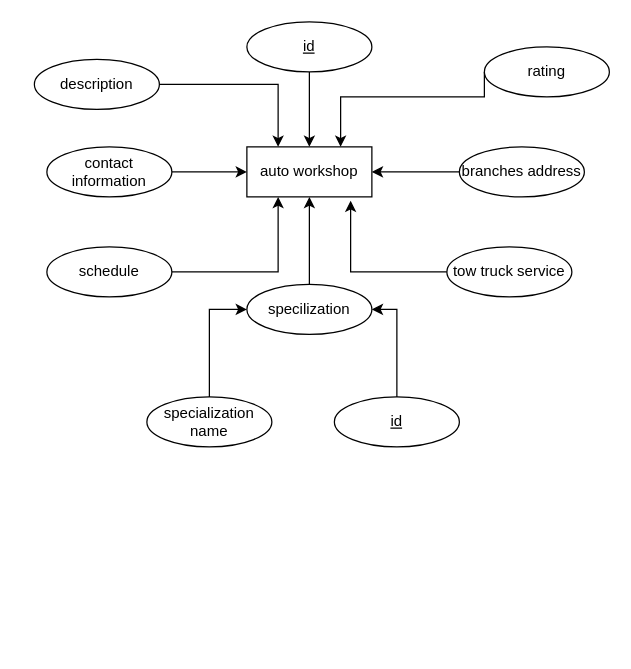
This is Untitled Diagram.drawio from DrDaxter/diagrams, a draw.io file, before an edit. Source tidied: cells renumbered, new cells numbered last; positions are measured from the earlier drawing's top-left corner, leaving out a move shared by most shapes. Both pictures are drawn from the tidied source at 125%, with x=0, y=0 at pixel (34, 21).
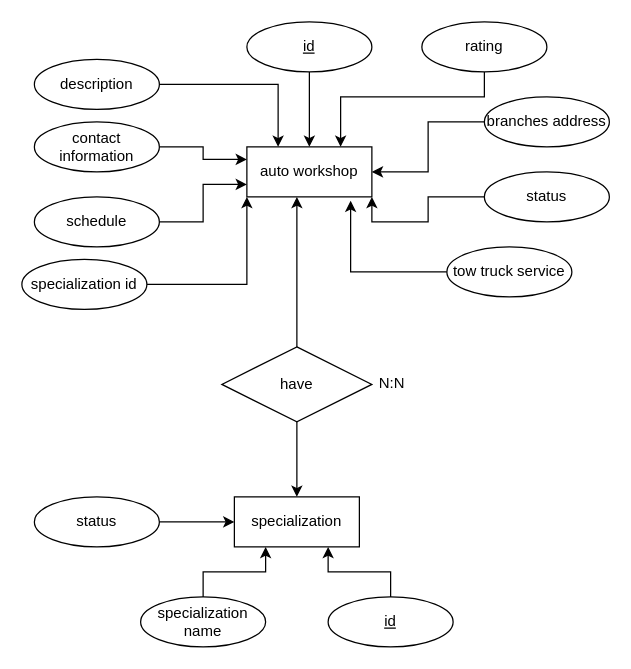
Above is the later version.

Commit message:
relacion agerg

Unchanged cells that the change refers to:
```xml
<mxCell id="2" value="auto workshop" style="whiteSpace=wrap;html=1;align=center;" parent="1" vertex="1">
  <mxGeometry x="170" y="100" width="100" height="40" as="geometry" />
</mxCell>
```

The edit, as a diff of the source:
```diff
@@
-    <mxCell id="3" style="edgeStyle=orthogonalEdgeStyle;rounded=0;jettySize=auto;html=1;entryX=0.5;entryY=1;entryDx=0;entryDy=0;exitX=0.5;exitY=0;exitDx=0;exitDy=0;" parent="1" edge="1" source="5" target="2">
-      <mxGeometry relative="1" as="geometry" />
-    </mxCell>
@@
-    <mxCell id="5" value="specilization" style="ellipse;whiteSpace=wrap;html=1;align=center;" parent="1" vertex="1">
-      <mxGeometry x="170" y="210" width="100" height="40" as="geometry" />
-    </mxCell>
@@
     <mxCell id="7" value="branches address" style="ellipse;whiteSpace=wrap;html=1;align=center;" parent="1" vertex="1">
-      <mxGeometry x="340" y="100" width="100" height="40" as="geometry" />
+      <mxGeometry x="360" y="60" width="100" height="40" as="geometry" />
     </mxCell>
@@
     <mxCell id="11" value="rating" style="ellipse;whiteSpace=wrap;html=1;align=center;" parent="1" vertex="1">
-      <mxGeometry x="360" y="20" width="100" height="40" as="geometry" />
+      <mxGeometry x="310" width="100" height="40" as="geometry" />
     </mxCell>
-    <mxCell id="12" style="edgeStyle=orthogonalEdgeStyle;rounded=0;jettySize=auto;html=1;entryX=0.25;entryY=1;entryDx=0;entryDy=0;" parent="1" edge="1" source="13" target="2">
+    <mxCell id="12" style="edgeStyle=orthogonalEdgeStyle;rounded=0;jettySize=auto;html=1;entryX=0;entryY=0.75;entryDx=0;entryDy=0;" parent="1" edge="1" source="13" target="2">
       <mxGeometry relative="1" as="geometry" />
     </mxCell>
     <mxCell id="13" value="schedule" style="ellipse;whiteSpace=wrap;html=1;align=center;" parent="1" vertex="1">
-      <mxGeometry x="10" y="180" width="100" height="40" as="geometry" />
+      <mxGeometry y="140" width="100" height="40" as="geometry" />
     </mxCell>
-    <mxCell id="14" style="edgeStyle=orthogonalEdgeStyle;rounded=0;jettySize=auto;html=1;entryX=0;entryY=0.5;entryDx=0;entryDy=0;" parent="1" edge="1" source="15" target="2">
+    <mxCell id="14" style="edgeStyle=orthogonalEdgeStyle;rounded=0;jettySize=auto;html=1;entryX=0;entryY=0.25;entryDx=0;entryDy=0;" parent="1" edge="1" source="15" target="2">
       <mxGeometry relative="1" as="geometry" />
     </mxCell>
     <mxCell id="15" value="contact information" style="ellipse;whiteSpace=wrap;html=1;align=center;" parent="1" vertex="1">
-      <mxGeometry x="10" y="100" width="100" height="40" as="geometry" />
+      <mxGeometry y="80" width="100" height="40" as="geometry" />
     </mxCell>
@@
-    <mxCell id="18" style="edgeStyle=orthogonalEdgeStyle;rounded=0;jettySize=auto;html=1;entryX=0;entryY=0.5;entryDx=0;entryDy=0;" parent="1" edge="1" source="19" target="5">
+    <mxCell id="18" style="edgeStyle=orthogonalEdgeStyle;rounded=0;jettySize=auto;html=1;entryX=0.25;entryY=1;entryDx=0;entryDy=0;" parent="1" edge="1" source="19" target="24">
       <mxGeometry relative="1" as="geometry" />
     </mxCell>
     <mxCell id="19" value="specialization name" style="ellipse;whiteSpace=wrap;html=1;align=center;" parent="1" vertex="1">
-      <mxGeometry x="90" y="300" width="100" height="40" as="geometry" />
+      <mxGeometry x="85" y="460" width="100" height="40" as="geometry" />
     </mxCell>
-    <mxCell id="20" style="edgeStyle=orthogonalEdgeStyle;rounded=0;jettySize=auto;html=1;entryX=1;entryY=0.5;entryDx=0;entryDy=0;" parent="1" edge="1" source="21" target="5">
+    <mxCell id="20" style="edgeStyle=orthogonalEdgeStyle;rounded=0;jettySize=auto;html=1;entryX=0.75;entryY=1;entryDx=0;entryDy=0;" parent="1" edge="1" source="21" target="24">
       <mxGeometry relative="1" as="geometry" />
     </mxCell>
     <mxCell id="21" value="id" style="ellipse;whiteSpace=wrap;html=1;align=center;fontStyle=4;" parent="1" vertex="1">
-      <mxGeometry x="240" y="300" width="100" height="40" as="geometry" />
+      <mxGeometry x="235" y="460" width="100" height="40" as="geometry" />
     </mxCell>
@@
+    <mxCell id="24" value="specialization" style="whiteSpace=wrap;html=1;align=center;" parent="1" vertex="1">
+      <mxGeometry x="160" y="380" width="100" height="40" as="geometry" />
+    </mxCell>
+    <mxCell id="25" style="edgeStyle=orthogonalEdgeStyle;rounded=0;jettySize=auto;html=1;entryX=0;entryY=1;entryDx=0;entryDy=0;" parent="1" edge="1" source="26" target="2">
+      <mxGeometry relative="1" as="geometry" />
+    </mxCell>
+    <mxCell id="26" value="specialization id" style="ellipse;whiteSpace=wrap;html=1;align=center;" parent="1" vertex="1">
+      <mxGeometry x="-10" y="190" width="100" height="40" as="geometry" />
+    </mxCell>
+    <mxCell id="27" style="edgeStyle=orthogonalEdgeStyle;rounded=0;jettySize=auto;html=1;entryX=1;entryY=1;entryDx=0;entryDy=0;" parent="1" edge="1" source="28" target="2">
+      <mxGeometry relative="1" as="geometry" />
+    </mxCell>
+    <mxCell id="28" value="status" style="ellipse;whiteSpace=wrap;html=1;align=center;" parent="1" vertex="1">
+      <mxGeometry x="360" y="120" width="100" height="40" as="geometry" />
+    </mxCell>
+    <mxCell id="29" style="edgeStyle=orthogonalEdgeStyle;rounded=0;jettySize=auto;html=1;entryX=0;entryY=0.5;entryDx=0;entryDy=0;" parent="1" edge="1" source="30" target="24">
+      <mxGeometry relative="1" as="geometry" />
+    </mxCell>
+    <mxCell id="30" value="status" style="ellipse;whiteSpace=wrap;html=1;align=center;" parent="1" vertex="1">
+      <mxGeometry y="380" width="100" height="40" as="geometry" />
+    </mxCell>
+    <mxCell id="31" style="edgeStyle=orthogonalEdgeStyle;rounded=0;jettySize=auto;html=1;entryX=0.4;entryY=1;entryDx=0;entryDy=0;entryPerimeter=0;" parent="1" edge="1" source="33" target="2">
+      <mxGeometry relative="1" as="geometry" />
+    </mxCell>
+    <mxCell id="32" style="edgeStyle=orthogonalEdgeStyle;rounded=0;jettySize=auto;html=1;" parent="1" edge="1" source="33" target="24">
+      <mxGeometry relative="1" as="geometry" />
+    </mxCell>
+    <mxCell id="33" value="have" style="shape=rhombus;perimeter=rhombusPerimeter;whiteSpace=wrap;html=1;align=center;" parent="1" vertex="1">
+      <mxGeometry x="150" y="260" width="120" height="60" as="geometry" />
+    </mxCell>
+    <mxCell id="34" value="N:N" style="text;strokeColor=none;fillColor=none;spacingLeft=4;spacingRight=4;overflow=hidden;fontSize=12;whiteSpace=wrap;html=1;" parent="1" vertex="1">
+      <mxGeometry x="270" y="275" width="30" height="30" as="geometry" />
+    </mxCell>
```
